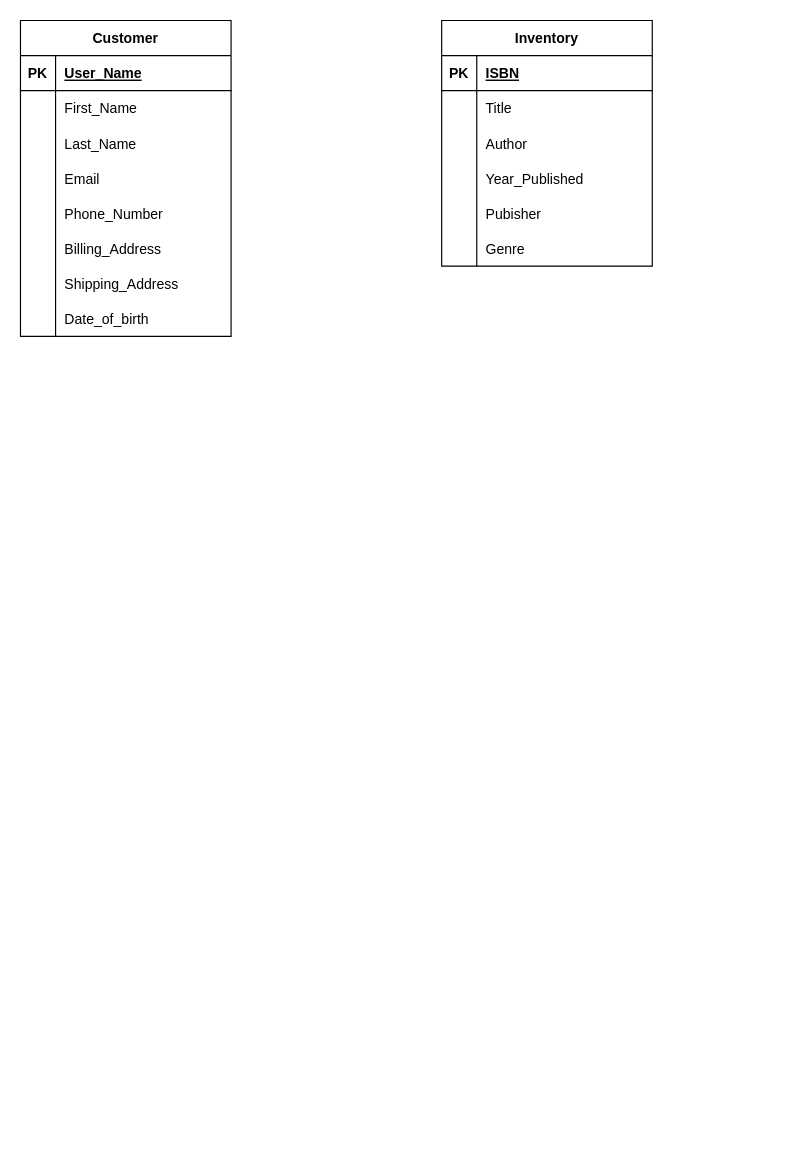
Before: BookStore.drawio in jonhogan/Database, a draw.io diagram. Source tidied: cells renumbered, new cells numbered last; positions are measured from the earlier drawing's top-left corner, leaving out a move shared by most shapes. Both pictures are drawn from the tidied source at 117%, with x=0, y=0 at pixel (20, 20).
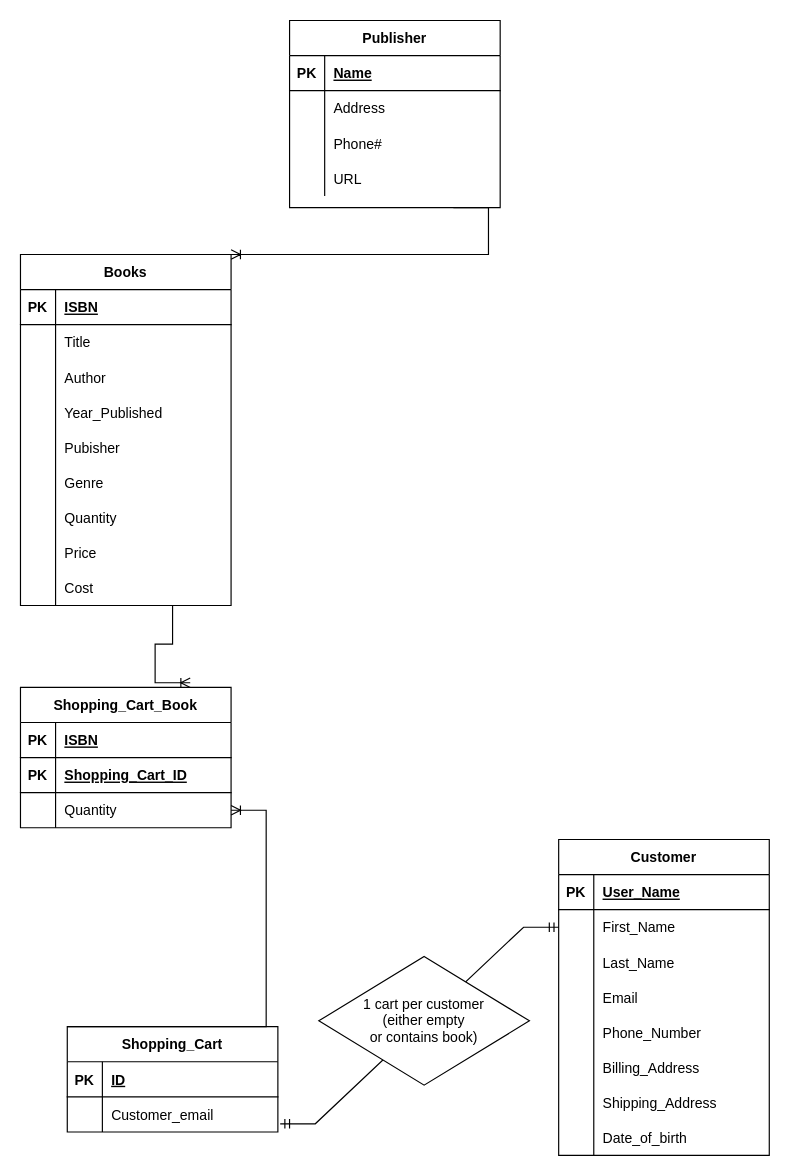
The same page after the edit.

Unchanged cells that the change refers to:
```xml
<mxCell id="6" style="shape=tableRow;horizontal=0;startSize=0;swimlaneHead=0;swimlaneBody=0;fillColor=none;points=[[0,0.5],[1,0.5]];portConstraint=eastwest;top=0;left=0;right=0;bottom=0;" parent="2" vertex="1">
  <mxGeometry y="60" width="180" height="30" as="geometry" />
</mxCell>
```

Change to the diagram source:
```diff
@@
     <mxCell id="2" value="Customer" style="shape=table;startSize=30;childLayout=tableLayout;rowLines=0;fontStyle=1;align=center;" parent="1" vertex="1">
-      <mxGeometry width="180" height="270" as="geometry" />
+      <mxGeometry x="460" y="700" width="180" height="270" as="geometry" />
     </mxCell>
@@
-    <mxCell id="27" value="Inventory" style="shape=table;startSize=30;childLayout=tableLayout;rowLines=0;fontStyle=1;align=center;" parent="1" vertex="1">
-      <mxGeometry x="360" width="180" height="210" as="geometry" />
+    <mxCell id="27" value="Books" style="shape=table;startSize=30;childLayout=tableLayout;rowLines=0;fontStyle=1;align=center;" parent="1" vertex="1">
+      <mxGeometry y="200" width="180" height="300" as="geometry" />
     </mxCell>
@@
+    <mxCell id="46" style="shape=tableRow;horizontal=0;startSize=0;swimlaneHead=0;swimlaneBody=0;fillColor=none;top=0;left=0;right=0;bottom=0;" parent="27" vertex="1">
+      <mxGeometry y="210" width="180" height="30" as="geometry" />
+    </mxCell>
+    <mxCell id="47" style="shape=partialRectangle;fillColor=none;top=0;left=0;bottom=0;right=0;overflow=hidden;" parent="46" vertex="1">
+      <mxGeometry width="30" height="30" as="geometry" />
+    </mxCell>
+    <mxCell id="48" value="Quantity" style="shape=partialRectangle;fillColor=none;top=0;left=0;bottom=0;right=0;align=left;spacingLeft=6;overflow=hidden;" parent="46" vertex="1">
+      <mxGeometry x="30" width="150" height="30" as="geometry" />
+    </mxCell>
+    <mxCell id="49" style="shape=tableRow;horizontal=0;startSize=0;swimlaneHead=0;swimlaneBody=0;fillColor=none;top=0;left=0;right=0;bottom=0;" parent="27" vertex="1">
+      <mxGeometry y="240" width="180" height="30" as="geometry" />
+    </mxCell>
+    <mxCell id="50" style="shape=partialRectangle;fillColor=none;top=0;left=0;bottom=0;right=0;overflow=hidden;" parent="49" vertex="1">
+      <mxGeometry width="30" height="30" as="geometry" />
+    </mxCell>
+    <mxCell id="51" value="Price" style="shape=partialRectangle;fillColor=none;top=0;left=0;bottom=0;right=0;align=left;spacingLeft=6;overflow=hidden;" parent="49" vertex="1">
+      <mxGeometry x="30" width="150" height="30" as="geometry" />
+    </mxCell>
+    <mxCell id="52" style="shape=tableRow;horizontal=0;startSize=0;swimlaneHead=0;swimlaneBody=0;fillColor=none;top=0;left=0;right=0;bottom=0;" parent="27" vertex="1">
+      <mxGeometry y="270" width="180" height="30" as="geometry" />
+    </mxCell>
+    <mxCell id="53" style="shape=partialRectangle;fillColor=none;top=0;left=0;bottom=0;right=0;overflow=hidden;" parent="52" vertex="1">
+      <mxGeometry width="30" height="30" as="geometry" />
+    </mxCell>
+    <mxCell id="54" value="Cost" style="shape=partialRectangle;fillColor=none;top=0;left=0;bottom=0;right=0;align=left;spacingLeft=6;overflow=hidden;" parent="52" vertex="1">
+      <mxGeometry x="30" width="150" height="30" as="geometry" />
+    </mxCell>
+    <mxCell id="55" value="Shopping_Cart" style="shape=table;startSize=30;childLayout=tableLayout;rowLines=0;fontStyle=1;align=center;" parent="1" vertex="1">
+      <mxGeometry x="40" y="860" width="180" height="90" as="geometry" />
+    </mxCell>
+    <mxCell id="56" style="shape=tableRow;horizontal=0;startSize=0;swimlaneHead=0;swimlaneBody=0;fillColor=none;top=0;left=0;right=0;bottom=1;" parent="55" vertex="1">
+      <mxGeometry y="30" width="180" height="30" as="geometry" />
+    </mxCell>
+    <mxCell id="57" value="PK" style="shape=partialRectangle;fillColor=none;top=0;left=0;bottom=0;right=0;fontStyle=1;overflow=hidden;" parent="56" vertex="1">
+      <mxGeometry width="30" height="30" as="geometry" />
+    </mxCell>
+    <mxCell id="58" value="ID" style="shape=partialRectangle;fillColor=none;top=0;left=0;bottom=0;right=0;align=left;spacingLeft=6;fontStyle=5;overflow=hidden;" parent="56" vertex="1">
+      <mxGeometry x="30" width="150" height="30" as="geometry" />
+    </mxCell>
+    <mxCell id="59" style="shape=tableRow;horizontal=0;startSize=0;swimlaneHead=0;swimlaneBody=0;fillColor=none;points=[[0,0.5],[1,0.5]];portConstraint=eastwest;top=0;left=0;right=0;bottom=0;" parent="55" vertex="1">
+      <mxGeometry y="60" width="180" height="30" as="geometry" />
+    </mxCell>
+    <mxCell id="60" style="shape=partialRectangle;fillColor=none;top=0;left=0;bottom=0;right=0;overflow=hidden;" parent="59" vertex="1">
+      <mxGeometry width="30" height="30" as="geometry" />
+    </mxCell>
+    <mxCell id="61" value="Customer_email" style="shape=partialRectangle;fillColor=none;top=0;left=0;bottom=0;right=0;align=left;spacingLeft=6;overflow=hidden;" parent="59" vertex="1">
+      <mxGeometry x="30" width="150" height="30" as="geometry" />
+    </mxCell>
+    <mxCell id="62" value="Publisher" style="shape=table;startSize=30;childLayout=tableLayout;rowLines=0;fontStyle=1;align=center;" parent="1" vertex="1">
+      <mxGeometry x="230" width="180" height="160" as="geometry" />
+    </mxCell>
+    <mxCell id="63" style="shape=tableRow;horizontal=0;startSize=0;swimlaneHead=0;swimlaneBody=0;fillColor=none;top=0;left=0;right=0;bottom=1;" parent="62" vertex="1">
+      <mxGeometry y="30" width="180" height="30" as="geometry" />
+    </mxCell>
+    <mxCell id="64" value="PK" style="shape=partialRectangle;fillColor=none;top=0;left=0;bottom=0;right=0;fontStyle=1;overflow=hidden;" parent="63" vertex="1">
+      <mxGeometry width="30" height="30" as="geometry" />
+    </mxCell>
+    <mxCell id="65" value="Name" style="shape=partialRectangle;fillColor=none;top=0;left=0;bottom=0;right=0;align=left;spacingLeft=6;fontStyle=5;overflow=hidden;" parent="63" vertex="1">
+      <mxGeometry x="30" width="150" height="30" as="geometry" />
+    </mxCell>
+    <mxCell id="66" style="shape=tableRow;horizontal=0;startSize=0;swimlaneHead=0;swimlaneBody=0;fillColor=none;top=0;left=0;right=0;bottom=0;" parent="62" vertex="1">
+      <mxGeometry y="60" width="180" height="30" as="geometry" />
+    </mxCell>
+    <mxCell id="67" style="shape=partialRectangle;fillColor=none;top=0;left=0;bottom=0;right=0;overflow=hidden;" parent="66" vertex="1">
+      <mxGeometry width="30" height="30" as="geometry" />
+    </mxCell>
+    <mxCell id="68" value="Address    " style="shape=partialRectangle;fillColor=none;top=0;left=0;bottom=0;right=0;align=left;spacingLeft=6;overflow=hidden;" parent="66" vertex="1">
+      <mxGeometry x="30" width="150" height="30" as="geometry" />
+    </mxCell>
+    <mxCell id="69" style="shape=tableRow;horizontal=0;startSize=0;swimlaneHead=0;swimlaneBody=0;fillColor=none;top=0;left=0;right=0;bottom=0;" parent="62" vertex="1">
+      <mxGeometry y="90" width="180" height="30" as="geometry" />
+    </mxCell>
+    <mxCell id="70" style="shape=partialRectangle;fillColor=none;top=0;left=0;bottom=0;right=0;overflow=hidden;" parent="69" vertex="1">
+      <mxGeometry width="30" height="30" as="geometry" />
+    </mxCell>
+    <mxCell id="71" value="Phone#" style="shape=partialRectangle;fillColor=none;top=0;left=0;bottom=0;right=0;align=left;spacingLeft=6;overflow=hidden;" parent="69" vertex="1">
+      <mxGeometry x="30" width="150" height="30" as="geometry" />
+    </mxCell>
+    <mxCell id="72" style="shape=tableRow;horizontal=0;startSize=0;swimlaneHead=0;swimlaneBody=0;fillColor=none;top=0;left=0;right=0;bottom=0;" parent="62" vertex="1">
+      <mxGeometry y="120" width="180" height="30" as="geometry" />
+    </mxCell>
+    <mxCell id="73" style="shape=partialRectangle;fillColor=none;top=0;left=0;bottom=0;right=0;overflow=hidden;" parent="72" vertex="1">
+      <mxGeometry width="30" height="30" as="geometry" />
+    </mxCell>
+    <mxCell id="74" value="URL" style="shape=partialRectangle;fillColor=none;top=0;left=0;bottom=0;right=0;align=left;spacingLeft=6;overflow=hidden;" parent="72" vertex="1">
+      <mxGeometry x="30" width="150" height="30" as="geometry" />
+    </mxCell>
+    <mxCell id="75" style="edgeStyle=entityRelationEdgeStyle;fontSize=12;html=1;endArrow=ERoneToMany;rounded=0;entryX=1;entryY=0;entryDx=0;entryDy=0;" parent="1" edge="1" target="27">
+      <mxGeometry relative="1" as="geometry">
+        <mxPoint x="370" y="160" as="sourcePoint" />
+      </mxGeometry>
+    </mxCell>
+    <mxCell id="76" value="Shopping_Cart_Book" style="shape=table;startSize=30;childLayout=tableLayout;rowLines=0;fontStyle=1;align=center;" parent="1" vertex="1">
+      <mxGeometry y="570" width="180" height="120" as="geometry" />
+    </mxCell>
+    <mxCell id="77" style="shape=tableRow;horizontal=0;startSize=0;swimlaneHead=0;swimlaneBody=0;fillColor=none;top=0;left=0;right=0;bottom=1;" parent="76" vertex="1">
+      <mxGeometry y="30" width="180" height="30" as="geometry" />
+    </mxCell>
+    <mxCell id="78" value="PK" style="shape=partialRectangle;fillColor=none;top=0;left=0;bottom=0;right=0;fontStyle=1;overflow=hidden;" parent="77" vertex="1">
+      <mxGeometry width="30" height="30" as="geometry" />
+    </mxCell>
+    <mxCell id="79" value="ISBN" style="shape=partialRectangle;fillColor=none;top=0;left=0;bottom=0;right=0;align=left;spacingLeft=6;fontStyle=5;overflow=hidden;" parent="77" vertex="1">
+      <mxGeometry x="30" width="150" height="30" as="geometry" />
+    </mxCell>
+    <mxCell id="80" style="shape=tableRow;horizontal=0;startSize=0;swimlaneHead=0;swimlaneBody=0;fillColor=none;top=0;left=0;right=0;bottom=1;" parent="76" vertex="1">
+      <mxGeometry y="60" width="180" height="30" as="geometry" />
+    </mxCell>
+    <mxCell id="81" value="PK" style="shape=partialRectangle;fillColor=none;top=0;left=0;bottom=0;right=0;fontStyle=1;overflow=hidden;" parent="80" vertex="1">
+      <mxGeometry width="30" height="30" as="geometry" />
+    </mxCell>
+    <mxCell id="82" value="Shopping_Cart_ID" style="shape=partialRectangle;fillColor=none;top=0;left=0;bottom=0;right=0;align=left;spacingLeft=6;fontStyle=5;overflow=hidden;" parent="80" vertex="1">
+      <mxGeometry x="30" width="150" height="30" as="geometry" />
+    </mxCell>
+    <mxCell id="83" style="shape=tableRow;horizontal=0;startSize=0;swimlaneHead=0;swimlaneBody=0;fillColor=none;points=[[0,0.5],[1,0.5]];portConstraint=eastwest;top=0;left=0;right=0;bottom=0;" parent="76" vertex="1">
+      <mxGeometry y="90" width="180" height="30" as="geometry" />
+    </mxCell>
+    <mxCell id="84" style="shape=partialRectangle;fillColor=none;top=0;left=0;bottom=0;right=0;overflow=hidden;" parent="83" vertex="1">
+      <mxGeometry width="30" height="30" as="geometry" />
+    </mxCell>
+    <mxCell id="85" value="Quantity" style="shape=partialRectangle;fillColor=none;top=0;left=0;bottom=0;right=0;align=left;spacingLeft=6;overflow=hidden;" parent="83" vertex="1">
+      <mxGeometry x="30" width="150" height="30" as="geometry" />
+    </mxCell>
+    <mxCell id="86" style="edgeStyle=entityRelationEdgeStyle;fontSize=12;html=1;endArrow=ERoneToMany;rounded=0;exitX=0;exitY=0;exitDx=0;exitDy=0;" parent="1" edge="1" source="55" target="83">
+      <mxGeometry relative="1" as="geometry" />
+    </mxCell>
+    <mxCell id="87" style="edgeStyle=entityRelationEdgeStyle;fontSize=12;html=1;endArrow=ERoneToMany;rounded=0;entryX=0.806;entryY=-0.033;entryDx=0;entryDy=0;entryPerimeter=0;" parent="1" edge="1" target="76">
+      <mxGeometry relative="1" as="geometry">
+        <mxPoint x="100" y="500" as="sourcePoint" />
+      </mxGeometry>
+    </mxCell>
+    <mxCell id="88" style="edgeStyle=entityRelationEdgeStyle;fontSize=12;html=1;endArrow=ERmandOne;startArrow=ERmandOne;rounded=0;exitX=1.011;exitY=0.767;exitDx=0;exitDy=0;exitPerimeter=0;entryX=0;entryY=0.5;entryDx=0;entryDy=0;" parent="1" edge="1" source="59" target="6">
+      <mxGeometry relative="1" as="geometry" />
+    </mxCell>
+    <mxCell id="89" value="1 cart per customer&lt;br&gt;(either empty&lt;br&gt;or contains book)" style="shape=rhombus;perimeter=rhombusPerimeter;whiteSpace=wrap;html=1;align=center;" parent="1" vertex="1">
+      <mxGeometry x="255" y="800" width="180" height="110" as="geometry" />
+    </mxCell>
```
